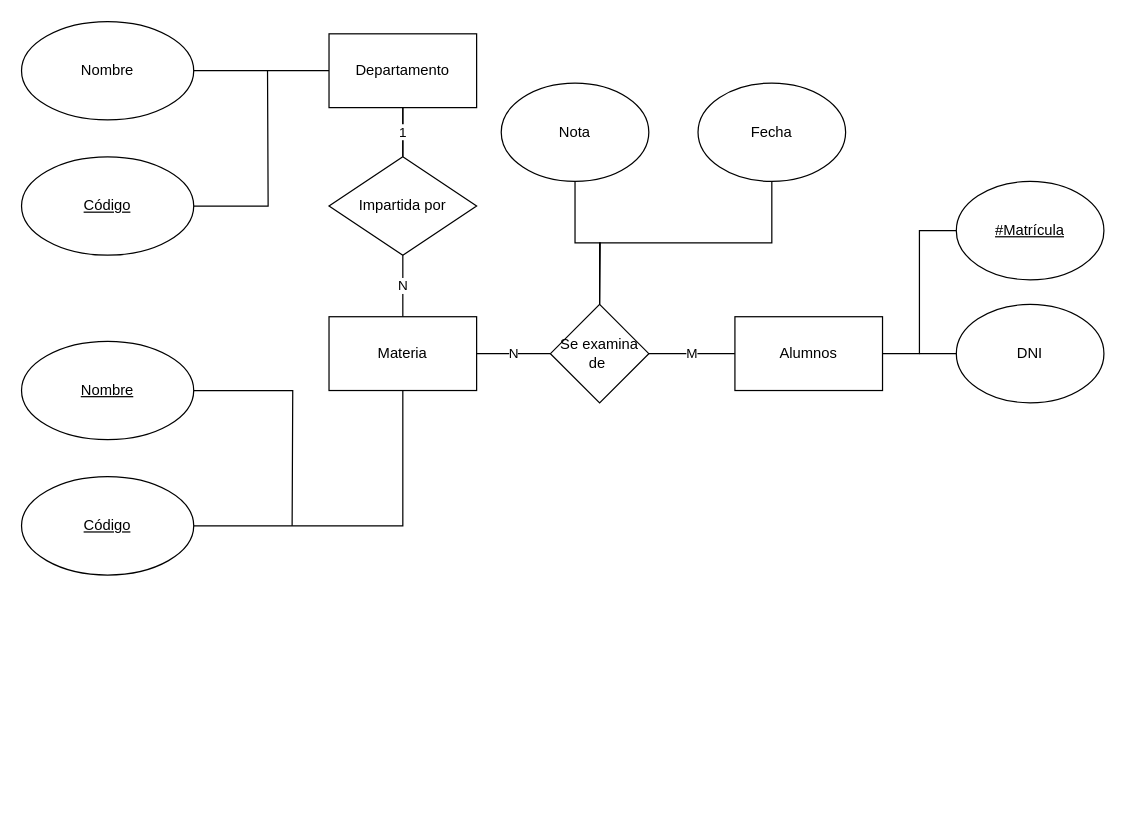
The draw.io diagram Diagrama sin título.drawio in HugoCaspoz/Bases-de-Datos-2021, before the edit. Source tidied: cells renumbered, new cells numbered last; positions are measured from the earlier drawing's top-left corner, leaving out a move shared by most shapes. Both pictures are drawn from the tidied source at 123%, with x=0, y=0 at pixel (21, 21).
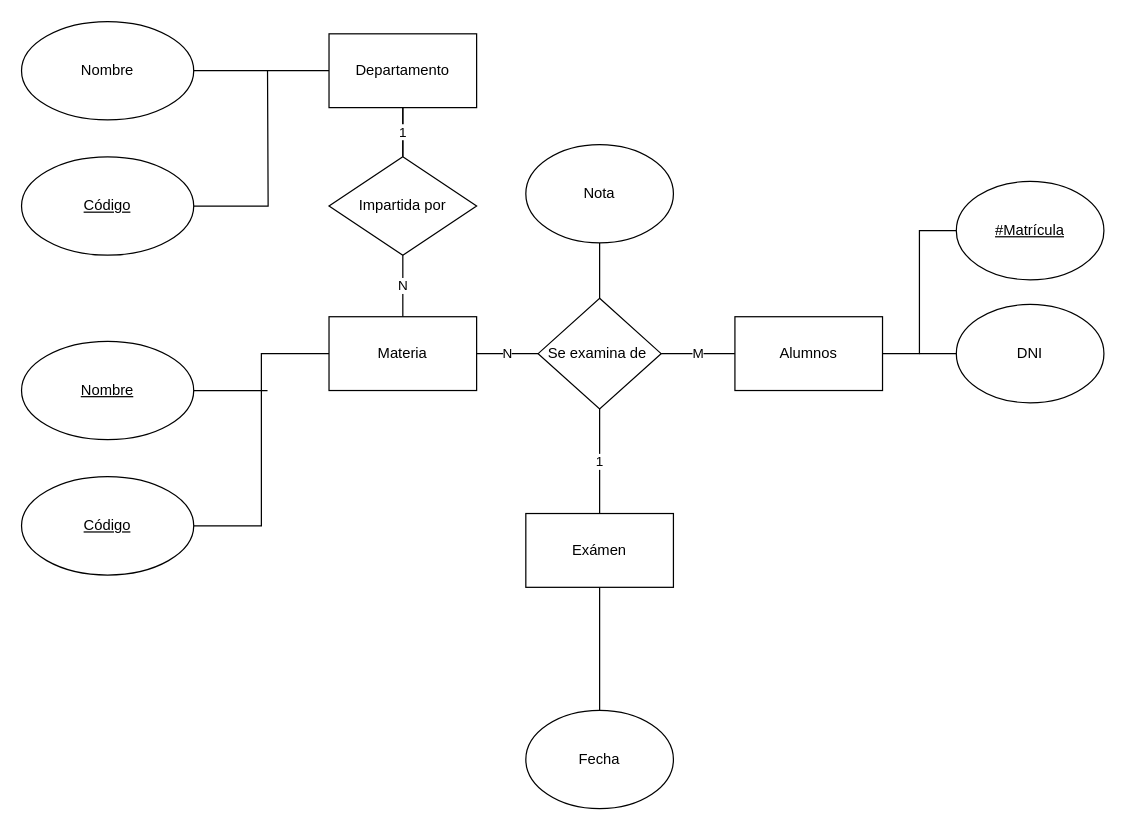
The same diagram, later.

Unchanged cells that the change refers to:
```xml
<mxCell id="10" value="Materia" style="rounded=0;whiteSpace=wrap;html=1;" parent="1" vertex="1">
  <mxGeometry x="250" y="240" width="120" height="60" as="geometry" />
</mxCell>
<mxCell id="14" value="&lt;u&gt;Nombre&lt;/u&gt;" style="ellipse;whiteSpace=wrap;html=1;" parent="1" vertex="1">
  <mxGeometry y="260" width="140" height="80" as="geometry" />
</mxCell>
<mxCell id="16" value="&lt;u&gt;Código&lt;/u&gt;" style="ellipse;whiteSpace=wrap;html=1;" parent="1" vertex="1">
  <mxGeometry y="370" width="140" height="80" as="geometry" />
</mxCell>
```

The edit, as a diff of the source:
```diff
@@
-    <mxCell id="13" style="edgeStyle=orthogonalEdgeStyle;rounded=0;jettySize=auto;html=1;endArrow=none;endFill=0;" parent="1" edge="1" source="14">
-      <mxGeometry relative="1" as="geometry">
-        <mxPoint x="220" y="410" as="targetPoint" />
-      </mxGeometry>
-    </mxCell>
+    <mxCell id="28" style="edgeStyle=orthogonalEdgeStyle;rounded=0;jettySize=auto;html=1;endArrow=none;endFill=0;" parent="1" edge="1" source="14">
+      <mxGeometry relative="1" as="geometry">
+        <mxPoint x="200" y="300" as="targetPoint" />
+      </mxGeometry>
+    </mxCell>
@@
-    <mxCell id="15" style="edgeStyle=orthogonalEdgeStyle;rounded=0;jettySize=auto;html=1;entryX=0.5;entryY=1;entryDx=0;entryDy=0;endArrow=none;endFill=0;" parent="1" edge="1" source="16" target="10">
+    <mxCell id="15" style="edgeStyle=orthogonalEdgeStyle;rounded=0;jettySize=auto;html=1;entryX=0;entryY=0.5;entryDx=0;entryDy=0;endArrow=none;endFill=0;" parent="1" edge="1" source="16" target="10">
       <mxGeometry relative="1" as="geometry" />
     </mxCell>
@@
+    <mxCell id="29" value="1" style="edgeStyle=orthogonalEdgeStyle;rounded=0;jettySize=auto;html=1;exitX=0.5;exitY=1;exitDx=0;exitDy=0;entryX=0.5;entryY=0;entryDx=0;entryDy=0;endArrow=none;endFill=0;" parent="1" edge="1" source="20" target="32">
+      <mxGeometry relative="1" as="geometry" />
+    </mxCell>
     <mxCell id="20" value="Se examina de&amp;nbsp;" style="rhombus;whiteSpace=wrap;html=1;" parent="1" vertex="1">
-      <mxGeometry x="430" y="230" width="80" height="80" as="geometry" />
+      <mxGeometry x="420" y="225" width="100" height="90" as="geometry" />
     </mxCell>
@@
-    <mxCell id="24" style="edgeStyle=orthogonalEdgeStyle;rounded=0;jettySize=auto;html=1;entryX=0.5;entryY=0;entryDx=0;entryDy=0;endArrow=none;endFill=0;" parent="1" edge="1" source="25" target="20">
-      <mxGeometry relative="1" as="geometry">
-        <Array as="points">
-          <mxPoint x="610" y="180" />
-          <mxPoint x="470" y="180" />
-        </Array>
-      </mxGeometry>
-    </mxCell>
+    <mxCell id="30" style="edgeStyle=orthogonalEdgeStyle;rounded=0;jettySize=auto;html=1;entryX=0.5;entryY=1;entryDx=0;entryDy=0;endArrow=none;endFill=0;" parent="1" edge="1" source="25" target="32">
+      <mxGeometry relative="1" as="geometry">
+        <Array as="points">
+          <mxPoint x="470" y="600" />
+        </Array>
+      </mxGeometry>
+    </mxCell>
     <mxCell id="25" value="Fecha" style="ellipse;whiteSpace=wrap;html=1;" parent="1" vertex="1">
-      <mxGeometry x="550" y="50" width="120" height="80" as="geometry" />
+      <mxGeometry x="410" y="560" width="120" height="80" as="geometry" />
     </mxCell>
-    <mxCell id="26" style="edgeStyle=orthogonalEdgeStyle;rounded=0;jettySize=auto;html=1;endArrow=none;endFill=0;" parent="1" edge="1" source="27">
-      <mxGeometry relative="1" as="geometry">
-        <mxPoint x="470" y="230" as="targetPoint" />
-      </mxGeometry>
-    </mxCell>
+    <mxCell id="31" style="edgeStyle=orthogonalEdgeStyle;rounded=0;jettySize=auto;html=1;endArrow=none;endFill=0;entryX=0.5;entryY=0;entryDx=0;entryDy=0;" parent="1" edge="1" source="27" target="20">
+      <mxGeometry relative="1" as="geometry" />
+    </mxCell>
     <mxCell id="27" value="Nota" style="ellipse;whiteSpace=wrap;html=1;" parent="1" vertex="1">
-      <mxGeometry x="390" y="50" width="120" height="80" as="geometry" />
+      <mxGeometry x="410" y="100" width="120" height="80" as="geometry" />
     </mxCell>
+    <mxCell id="32" value="Exámen" style="rounded=0;whiteSpace=wrap;html=1;" parent="1" vertex="1">
+      <mxGeometry x="410" y="400" width="120" height="60" as="geometry" />
+    </mxCell>
```
